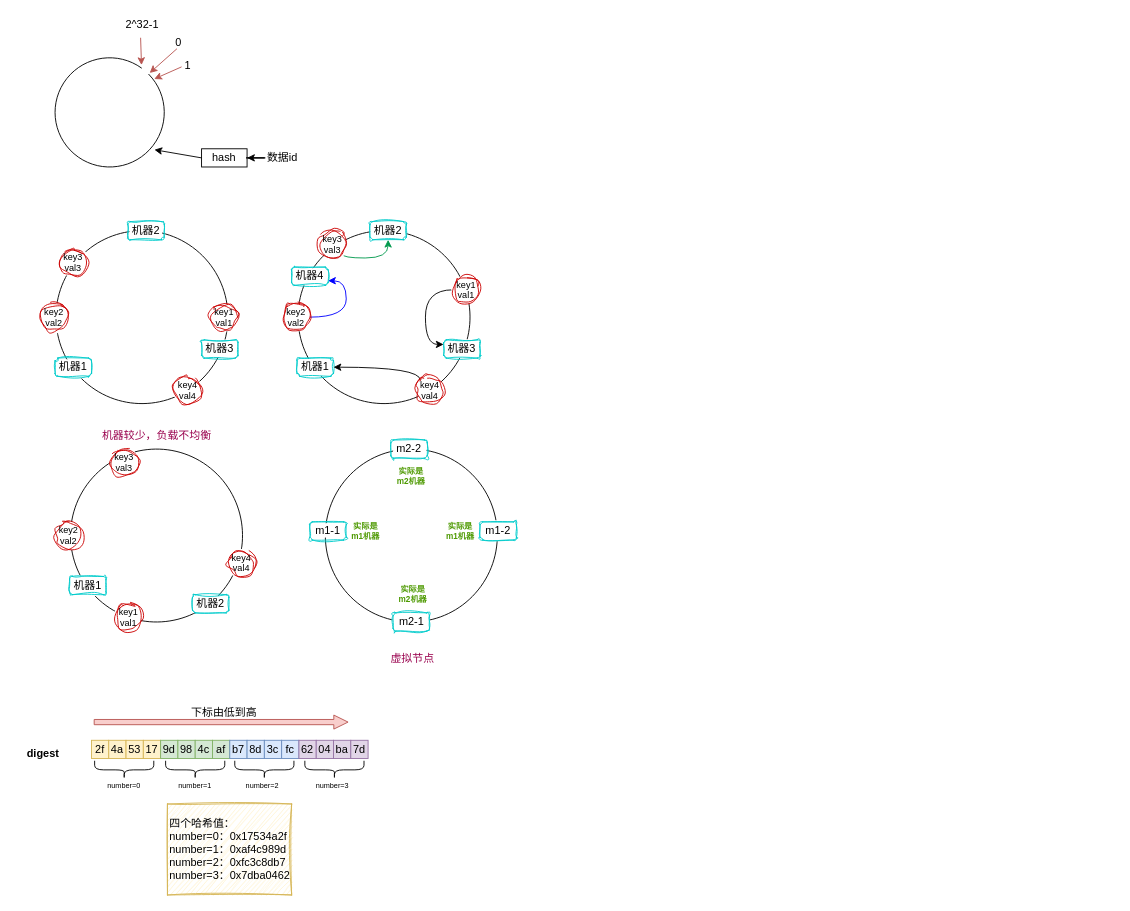
Earlier version of the draw.io diagram 一致性哈希.drawio (wsxzei/markdown-photos). Source tidied: cells renumbered, new cells numbered last; positions are measured from the earlier drawing's top-left corner, leaving out a move shared by most shapes. Both pictures are drawn from the tidied source at 91%, with x=0, y=0 at pixel (15, 15).
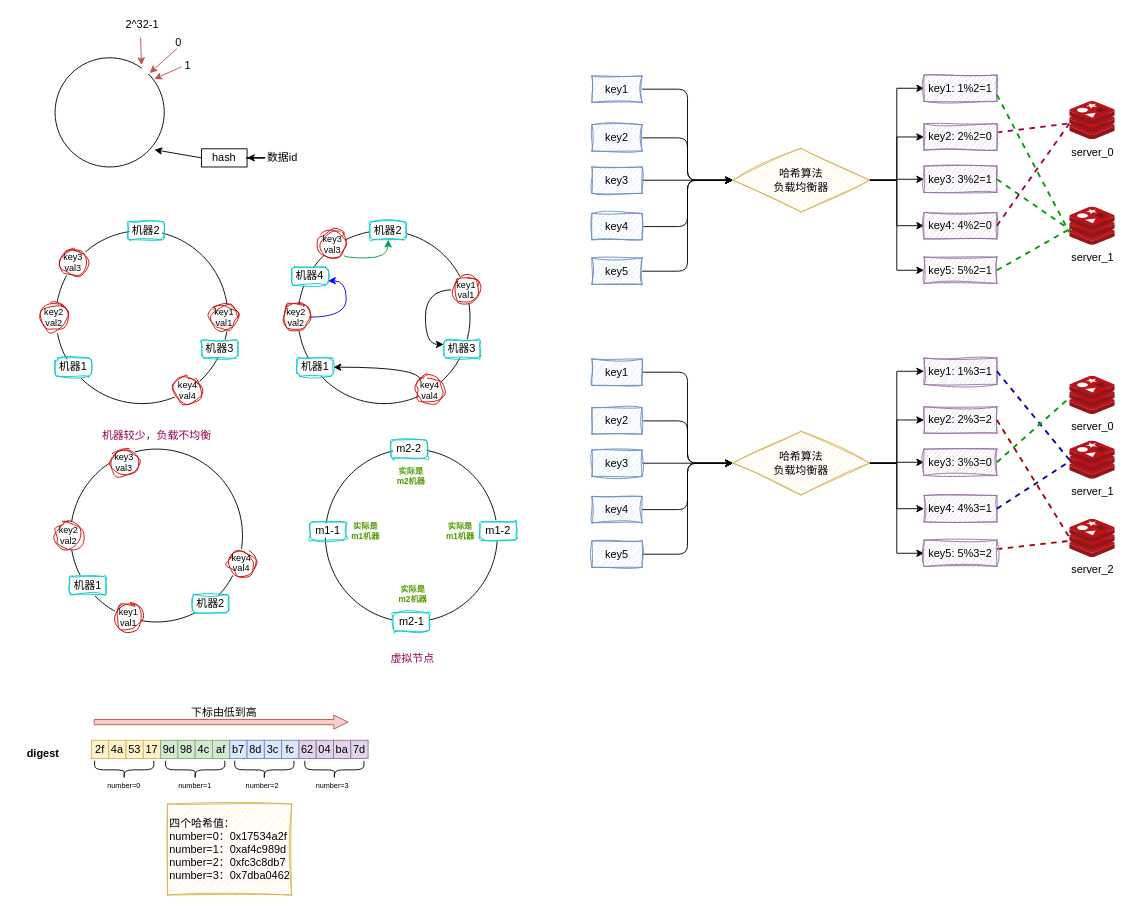
The same page after the edit.

Commit message:
更新一致性哈希.drawio

Diff of the diagram source:
```diff
@@
+    <mxCell id="80" style="edgeStyle=orthogonalEdgeStyle;rounded=1;jettySize=auto;html=1;entryX=0;entryY=0.5;entryDx=0;entryDy=0;curved=0;" parent="1" edge="1" source="81" target="95">
+      <mxGeometry relative="1" as="geometry" />
+    </mxCell>
+    <mxCell id="81" value="key1" style="rounded=0;whiteSpace=wrap;html=1;fillColor=#dae8fc;strokeColor=#6c8ebf;sketch=1;curveFitting=1;jiggle=2;" parent="1" vertex="1">
+      <mxGeometry x="633" y="66" width="55" height="29" as="geometry" />
+    </mxCell>
+    <mxCell id="82" style="edgeStyle=orthogonalEdgeStyle;rounded=1;jettySize=auto;html=1;entryX=0;entryY=0.5;entryDx=0;entryDy=0;curved=0;" parent="1" edge="1" source="83" target="95">
+      <mxGeometry relative="1" as="geometry" />
+    </mxCell>
+    <mxCell id="83" value="key2" style="rounded=0;whiteSpace=wrap;html=1;fillColor=#dae8fc;strokeColor=#6c8ebf;sketch=1;curveFitting=1;jiggle=2;" parent="1" vertex="1">
+      <mxGeometry x="633" y="119.5" width="55" height="29" as="geometry" />
+    </mxCell>
+    <mxCell id="84" style="edgeStyle=orthogonalEdgeStyle;rounded=1;jettySize=auto;html=1;entryX=0;entryY=0.5;entryDx=0;entryDy=0;curved=0;" parent="1" edge="1" source="85" target="95">
+      <mxGeometry relative="1" as="geometry" />
+    </mxCell>
+    <mxCell id="85" value="key3" style="rounded=0;whiteSpace=wrap;html=1;fillColor=#dae8fc;strokeColor=#6c8ebf;sketch=1;curveFitting=1;jiggle=2;" parent="1" vertex="1">
+      <mxGeometry x="633" y="166" width="55" height="29" as="geometry" />
+    </mxCell>
+    <mxCell id="86" style="edgeStyle=orthogonalEdgeStyle;rounded=1;jettySize=auto;html=1;entryX=0;entryY=0.5;entryDx=0;entryDy=0;curved=0;" parent="1" edge="1" source="87" target="95">
+      <mxGeometry relative="1" as="geometry" />
+    </mxCell>
+    <mxCell id="87" value="key4" style="rounded=0;whiteSpace=wrap;html=1;fillColor=#dae8fc;strokeColor=#6c8ebf;sketch=1;curveFitting=1;jiggle=2;" parent="1" vertex="1">
+      <mxGeometry x="633" y="217" width="55" height="29" as="geometry" />
+    </mxCell>
+    <mxCell id="88" style="edgeStyle=orthogonalEdgeStyle;rounded=1;jettySize=auto;html=1;entryX=0;entryY=0.5;entryDx=0;entryDy=0;curved=0;" parent="1" edge="1" source="89" target="95">
+      <mxGeometry relative="1" as="geometry" />
+    </mxCell>
+    <mxCell id="89" value="key5" style="rounded=0;whiteSpace=wrap;html=1;fillColor=#dae8fc;strokeColor=#6c8ebf;sketch=1;curveFitting=1;jiggle=2;" parent="1" vertex="1">
+      <mxGeometry x="633" y="266" width="55" height="29" as="geometry" />
+    </mxCell>
+    <mxCell id="90" style="edgeStyle=orthogonalEdgeStyle;rounded=0;jettySize=auto;html=1;entryX=0;entryY=0.5;entryDx=0;entryDy=0;" parent="1" edge="1" source="95" target="96">
+      <mxGeometry relative="1" as="geometry" />
+    </mxCell>
+    <mxCell id="91" style="edgeStyle=orthogonalEdgeStyle;rounded=0;jettySize=auto;html=1;entryX=0;entryY=0.5;entryDx=0;entryDy=0;" parent="1" edge="1" source="95" target="98">
+      <mxGeometry relative="1" as="geometry" />
+    </mxCell>
+    <mxCell id="92" style="edgeStyle=orthogonalEdgeStyle;rounded=0;jettySize=auto;html=1;exitX=1;exitY=0.5;exitDx=0;exitDy=0;entryX=0;entryY=0.5;entryDx=0;entryDy=0;" parent="1" edge="1" source="95" target="99">
+      <mxGeometry relative="1" as="geometry" />
+    </mxCell>
+    <mxCell id="93" style="edgeStyle=orthogonalEdgeStyle;rounded=0;jettySize=auto;html=1;exitX=1;exitY=0.5;exitDx=0;exitDy=0;entryX=0;entryY=0.5;entryDx=0;entryDy=0;" parent="1" edge="1" source="95" target="100">
+      <mxGeometry relative="1" as="geometry" />
+    </mxCell>
+    <mxCell id="94" style="edgeStyle=orthogonalEdgeStyle;rounded=0;jettySize=auto;html=1;exitX=1;exitY=0.5;exitDx=0;exitDy=0;entryX=0;entryY=0.5;entryDx=0;entryDy=0;" parent="1" edge="1" source="95" target="101">
+      <mxGeometry relative="1" as="geometry" />
+    </mxCell>
+    <mxCell id="95" value="哈希算法&lt;div&gt;负载均衡器&lt;/div&gt;" style="rhombus;whiteSpace=wrap;html=1;shadow=0;fillColor=#fff2cc;strokeColor=#d6b656;sketch=1;curveFitting=1;jiggle=2;" parent="1" vertex="1">
+      <mxGeometry x="788" y="145.5" width="150" height="70" as="geometry" />
+    </mxCell>
+    <mxCell id="96" value="key1: 1%2=1" style="rounded=0;whiteSpace=wrap;html=1;fillColor=#e1d5e7;strokeColor=#9673a6;sketch=1;curveFitting=1;jiggle=2;" parent="1" vertex="1">
+      <mxGeometry x="998" y="65" width="80" height="29" as="geometry" />
+    </mxCell>
+    <mxCell id="97" style="rounded=0;jettySize=auto;html=1;endArrow=none;endFill=0;strokeColor=#99004D;dashed=1;strokeWidth=2;" parent="1" edge="1" source="98" target="102">
+      <mxGeometry relative="1" as="geometry" />
+    </mxCell>
+    <mxCell id="98" value="key2: 2%2=0" style="rounded=0;whiteSpace=wrap;html=1;fillColor=#e1d5e7;strokeColor=#9673a6;sketch=1;curveFitting=1;jiggle=2;" parent="1" vertex="1">
+      <mxGeometry x="998" y="118.5" width="80" height="29" as="geometry" />
+    </mxCell>
+    <mxCell id="99" value="key3: 3%2=1" style="rounded=0;whiteSpace=wrap;html=1;fillColor=#e1d5e7;strokeColor=#9673a6;sketch=1;curveFitting=1;jiggle=2;" parent="1" vertex="1">
+      <mxGeometry x="998" y="165" width="80" height="29" as="geometry" />
+    </mxCell>
+    <mxCell id="100" value="key4: 4%2=0" style="rounded=0;whiteSpace=wrap;html=1;fillColor=#e1d5e7;strokeColor=#9673a6;sketch=1;curveFitting=1;jiggle=2;" parent="1" vertex="1">
+      <mxGeometry x="998" y="216" width="80" height="29" as="geometry" />
+    </mxCell>
+    <mxCell id="101" value="&lt;span style=&quot;color: rgb(0, 0, 0); font-family: Helvetica; font-size: 12px; font-style: normal; font-variant-ligatures: normal; font-variant-caps: normal; font-weight: 400; letter-spacing: normal; orphans: 2; text-align: center; text-indent: 0px; text-transform: none; widows: 2; word-spacing: 0px; -webkit-text-stroke-width: 0px; white-space: normal; background-color: rgb(251, 251, 251); text-decoration-thickness: initial; text-decoration-style: initial; text-decoration-color: initial; display: inline !important; float: none;&quot;&gt;key5: 5%2=1&lt;/span&gt;" style="rounded=0;whiteSpace=wrap;html=1;fillColor=#e1d5e7;strokeColor=#9673a6;sketch=1;curveFitting=1;jiggle=2;" parent="1" vertex="1">
+      <mxGeometry x="998" y="265" width="80" height="29" as="geometry" />
+    </mxCell>
+    <mxCell id="102" value="server_0" style="image;sketch=0;html=1;points=[];align=center;fontSize=12;image=img/lib/mscae/Cache_Redis_Product.svg;" parent="1" vertex="1">
+      <mxGeometry x="1158" y="94" width="50" height="42" as="geometry" />
+    </mxCell>
+    <mxCell id="103" value="server_1" style="image;sketch=0;html=1;points=[];align=center;fontSize=12;image=img/lib/mscae/Cache_Redis_Product.svg;" parent="1" vertex="1">
+      <mxGeometry x="1158" y="210" width="50" height="42" as="geometry" />
+    </mxCell>
+    <mxCell id="104" style="rounded=0;jettySize=auto;html=1;exitX=1;exitY=0.75;exitDx=0;exitDy=0;entryX=-0.009;entryY=0.659;entryDx=0;entryDy=0;entryPerimeter=0;dashed=1;strokeColor=#009900;endArrow=none;endFill=0;strokeWidth=2;" parent="1" edge="1" source="96" target="103">
+      <mxGeometry relative="1" as="geometry" />
+    </mxCell>
+    <mxCell id="105" style="rounded=0;jettySize=auto;html=1;exitX=1;exitY=0.5;exitDx=0;exitDy=0;entryX=0.015;entryY=0.601;entryDx=0;entryDy=0;entryPerimeter=0;dashed=1;strokeColor=#009900;endArrow=none;endFill=0;strokeWidth=2;" parent="1" edge="1" source="99" target="103">
+      <mxGeometry relative="1" as="geometry" />
+    </mxCell>
+    <mxCell id="106" style="rounded=0;jettySize=auto;html=1;exitX=1;exitY=0.5;exitDx=0;exitDy=0;entryX=0.028;entryY=0.557;entryDx=0;entryDy=0;entryPerimeter=0;dashed=1;strokeColor=#009900;endArrow=none;endFill=0;strokeWidth=2;" parent="1" edge="1" source="101" target="103">
+      <mxGeometry relative="1" as="geometry" />
+    </mxCell>
+    <mxCell id="107" style="rounded=0;jettySize=auto;html=1;entryX=-0.009;entryY=0.579;entryDx=0;entryDy=0;entryPerimeter=0;endArrow=none;endFill=0;strokeColor=#99004D;exitX=1;exitY=0.5;exitDx=0;exitDy=0;dashed=1;strokeWidth=2;" parent="1" edge="1" source="100" target="102">
+      <mxGeometry relative="1" as="geometry" />
+    </mxCell>
+    <mxCell id="108" style="edgeStyle=orthogonalEdgeStyle;rounded=1;jettySize=auto;html=1;entryX=0;entryY=0.5;entryDx=0;entryDy=0;curved=0;" parent="1" edge="1" source="109" target="123">
+      <mxGeometry relative="1" as="geometry" />
+    </mxCell>
+    <mxCell id="109" value="key1" style="rounded=0;whiteSpace=wrap;html=1;fillColor=#dae8fc;strokeColor=#6c8ebf;sketch=1;curveFitting=1;jiggle=2;" parent="1" vertex="1">
+      <mxGeometry x="633" y="377" width="55" height="29" as="geometry" />
+    </mxCell>
+    <mxCell id="110" style="edgeStyle=orthogonalEdgeStyle;rounded=1;jettySize=auto;html=1;entryX=0;entryY=0.5;entryDx=0;entryDy=0;curved=0;" parent="1" edge="1" source="111" target="123">
+      <mxGeometry relative="1" as="geometry" />
+    </mxCell>
+    <mxCell id="111" value="key2" style="rounded=0;whiteSpace=wrap;html=1;fillColor=#dae8fc;strokeColor=#6c8ebf;sketch=1;curveFitting=1;jiggle=2;" parent="1" vertex="1">
+      <mxGeometry x="633" y="430.5" width="55" height="29" as="geometry" />
+    </mxCell>
+    <mxCell id="112" style="edgeStyle=orthogonalEdgeStyle;rounded=1;jettySize=auto;html=1;entryX=0;entryY=0.5;entryDx=0;entryDy=0;curved=0;" parent="1" edge="1" source="113" target="123">
+      <mxGeometry relative="1" as="geometry" />
+    </mxCell>
+    <mxCell id="113" value="key3" style="rounded=0;whiteSpace=wrap;html=1;fillColor=#dae8fc;strokeColor=#6c8ebf;sketch=1;curveFitting=1;jiggle=2;" parent="1" vertex="1">
+      <mxGeometry x="633" y="477" width="55" height="29" as="geometry" />
+    </mxCell>
+    <mxCell id="114" style="edgeStyle=orthogonalEdgeStyle;rounded=1;jettySize=auto;html=1;entryX=0;entryY=0.5;entryDx=0;entryDy=0;curved=0;" parent="1" edge="1" source="115" target="123">
+      <mxGeometry relative="1" as="geometry" />
+    </mxCell>
+    <mxCell id="115" value="key4" style="rounded=0;whiteSpace=wrap;html=1;fillColor=#dae8fc;strokeColor=#6c8ebf;sketch=1;curveFitting=1;jiggle=2;" parent="1" vertex="1">
+      <mxGeometry x="633" y="528" width="55" height="29" as="geometry" />
+    </mxCell>
+    <mxCell id="116" style="edgeStyle=orthogonalEdgeStyle;rounded=1;jettySize=auto;html=1;entryX=0;entryY=0.5;entryDx=0;entryDy=0;curved=0;" parent="1" edge="1" source="117" target="123">
+      <mxGeometry relative="1" as="geometry" />
+    </mxCell>
+    <mxCell id="117" value="key5" style="rounded=0;whiteSpace=wrap;html=1;fillColor=#dae8fc;strokeColor=#6c8ebf;sketch=1;curveFitting=1;jiggle=2;" parent="1" vertex="1">
+      <mxGeometry x="633" y="577" width="55" height="29" as="geometry" />
+    </mxCell>
+    <mxCell id="118" style="edgeStyle=orthogonalEdgeStyle;rounded=0;jettySize=auto;html=1;entryX=0;entryY=0.5;entryDx=0;entryDy=0;" parent="1" edge="1" source="123" target="124">
+      <mxGeometry relative="1" as="geometry" />
+    </mxCell>
+    <mxCell id="119" style="edgeStyle=orthogonalEdgeStyle;rounded=0;jettySize=auto;html=1;entryX=0;entryY=0.5;entryDx=0;entryDy=0;" parent="1" edge="1" source="123" target="125">
+      <mxGeometry relative="1" as="geometry" />
+    </mxCell>
+    <mxCell id="120" style="edgeStyle=orthogonalEdgeStyle;rounded=0;jettySize=auto;html=1;exitX=1;exitY=0.5;exitDx=0;exitDy=0;entryX=0;entryY=0.5;entryDx=0;entryDy=0;" parent="1" edge="1" source="123" target="126">
+      <mxGeometry relative="1" as="geometry" />
+    </mxCell>
+    <mxCell id="121" style="edgeStyle=orthogonalEdgeStyle;rounded=0;jettySize=auto;html=1;exitX=1;exitY=0.5;exitDx=0;exitDy=0;entryX=0;entryY=0.5;entryDx=0;entryDy=0;" parent="1" edge="1" source="123" target="127">
+      <mxGeometry relative="1" as="geometry" />
+    </mxCell>
+    <mxCell id="122" style="edgeStyle=orthogonalEdgeStyle;rounded=0;jettySize=auto;html=1;exitX=1;exitY=0.5;exitDx=0;exitDy=0;entryX=0;entryY=0.5;entryDx=0;entryDy=0;" parent="1" edge="1" source="123" target="129">
+      <mxGeometry relative="1" as="geometry" />
+    </mxCell>
+    <mxCell id="123" value="哈希算法&lt;div&gt;负载均衡器&lt;/div&gt;" style="rhombus;whiteSpace=wrap;html=1;shadow=0;fillColor=#fff2cc;strokeColor=#d6b656;sketch=1;curveFitting=1;jiggle=2;" parent="1" vertex="1">
+      <mxGeometry x="788" y="456.5" width="150" height="70" as="geometry" />
+    </mxCell>
+    <mxCell id="124" value="key1: 1%3=1" style="rounded=0;whiteSpace=wrap;html=1;fillColor=#e1d5e7;strokeColor=#9673a6;sketch=1;curveFitting=1;jiggle=2;" parent="1" vertex="1">
+      <mxGeometry x="998" y="376" width="80" height="29" as="geometry" />
+    </mxCell>
+    <mxCell id="125" value="key2: 2%3=2" style="rounded=0;whiteSpace=wrap;html=1;fillColor=#e1d5e7;strokeColor=#9673a6;sketch=1;curveFitting=1;jiggle=2;" parent="1" vertex="1">
+      <mxGeometry x="998" y="429.5" width="80" height="29" as="geometry" />
+    </mxCell>
+    <mxCell id="126" value="key3: 3%3=0" style="rounded=0;whiteSpace=wrap;html=1;fillColor=#e1d5e7;strokeColor=#9673a6;sketch=1;curveFitting=1;jiggle=2;" parent="1" vertex="1">
+      <mxGeometry x="998" y="476" width="80" height="29" as="geometry" />
+    </mxCell>
+    <mxCell id="127" value="key4: 4%3=1" style="rounded=0;whiteSpace=wrap;html=1;fillColor=#e1d5e7;strokeColor=#9673a6;sketch=1;curveFitting=1;jiggle=2;" parent="1" vertex="1">
+      <mxGeometry x="998" y="527" width="80" height="29" as="geometry" />
+    </mxCell>
+    <mxCell id="128" style="rounded=0;jettySize=auto;html=1;dashed=1;endArrow=none;endFill=0;strokeColor=#990000;strokeWidth=2;" parent="1" edge="1" source="129" target="132">
+      <mxGeometry relative="1" as="geometry" />
+    </mxCell>
+    <mxCell id="129" value="&lt;span style=&quot;color: rgb(0, 0, 0); font-family: Helvetica; font-size: 12px; font-style: normal; font-variant-ligatures: normal; font-variant-caps: normal; font-weight: 400; letter-spacing: normal; orphans: 2; text-align: center; text-indent: 0px; text-transform: none; widows: 2; word-spacing: 0px; -webkit-text-stroke-width: 0px; white-space: normal; background-color: rgb(251, 251, 251); text-decoration-thickness: initial; text-decoration-style: initial; text-decoration-color: initial; display: inline !important; float: none;&quot;&gt;key5: 5%3=2&lt;/span&gt;" style="rounded=0;whiteSpace=wrap;html=1;fillColor=#e1d5e7;strokeColor=#9673a6;sketch=1;curveFitting=1;jiggle=2;" parent="1" vertex="1">
+      <mxGeometry x="998" y="576" width="80" height="29" as="geometry" />
+    </mxCell>
+    <mxCell id="130" value="server_0" style="image;sketch=0;html=1;points=[];align=center;fontSize=12;image=img/lib/mscae/Cache_Redis_Product.svg;" parent="1" vertex="1">
+      <mxGeometry x="1158" y="396" width="50" height="42" as="geometry" />
+    </mxCell>
+    <mxCell id="131" value="server_1" style="image;sketch=0;html=1;points=[];align=center;fontSize=12;image=img/lib/mscae/Cache_Redis_Product.svg;" parent="1" vertex="1">
+      <mxGeometry x="1158" y="467" width="50" height="42" as="geometry" />
+    </mxCell>
+    <mxCell id="132" value="server_2" style="image;sketch=0;html=1;points=[];align=center;fontSize=12;image=img/lib/mscae/Cache_Redis_Product.svg;" parent="1" vertex="1">
+      <mxGeometry x="1158" y="553" width="50" height="42" as="geometry" />
+    </mxCell>
+    <mxCell id="133" style="rounded=0;jettySize=auto;html=1;exitX=1;exitY=0.5;exitDx=0;exitDy=0;entryX=0.019;entryY=0.533;entryDx=0;entryDy=0;entryPerimeter=0;dashed=1;endArrow=none;endFill=0;strokeColor=#000099;strokeWidth=2;" parent="1" edge="1" source="124" target="131">
+      <mxGeometry relative="1" as="geometry" />
+    </mxCell>
+    <mxCell id="134" style="rounded=0;jettySize=auto;html=1;entryX=0.004;entryY=0.533;entryDx=0;entryDy=0;entryPerimeter=0;dashed=1;endArrow=none;endFill=0;strokeColor=#000099;strokeWidth=2;exitX=1;exitY=0.5;exitDx=0;exitDy=0;" parent="1" edge="1" source="127" target="131">
+      <mxGeometry relative="1" as="geometry" />
+    </mxCell>
+    <mxCell id="135" style="rounded=0;jettySize=auto;html=1;entryX=0.004;entryY=0.499;entryDx=0;entryDy=0;entryPerimeter=0;dashed=1;endArrow=none;endFill=0;strokeColor=#990000;strokeWidth=2;exitX=1;exitY=0.5;exitDx=0;exitDy=0;" parent="1" edge="1" source="125" target="132">
+      <mxGeometry relative="1" as="geometry" />
+    </mxCell>
+    <mxCell id="136" style="rounded=0;jettySize=auto;html=1;entryX=0.019;entryY=0.536;entryDx=0;entryDy=0;entryPerimeter=0;dashed=1;endArrow=none;endFill=0;strokeColor=#009900;strokeWidth=2;exitX=1;exitY=0.5;exitDx=0;exitDy=0;" parent="1" edge="1" source="126" target="130">
+      <mxGeometry relative="1" as="geometry" />
+    </mxCell>
```
